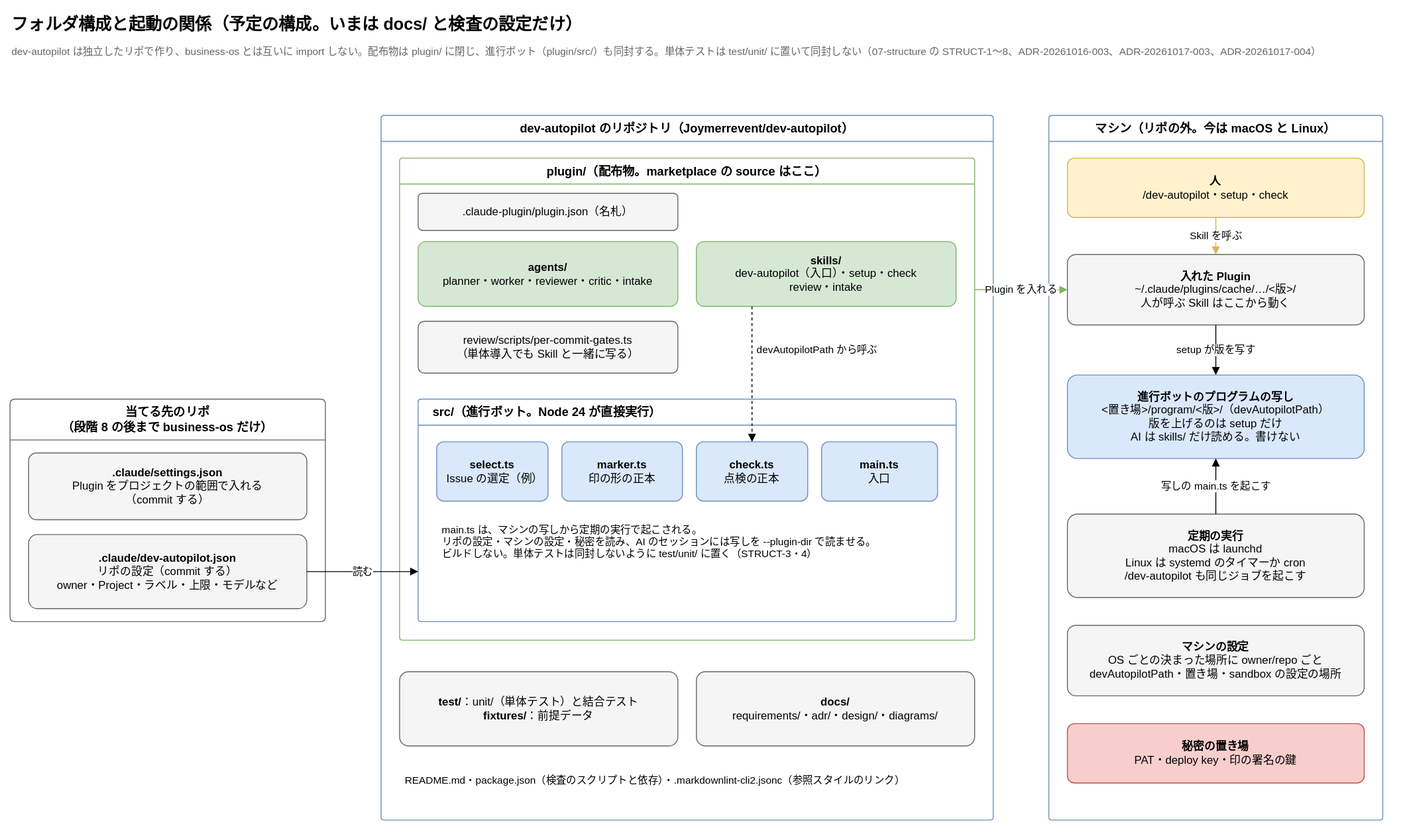
The draw.io diagram docs/diagrams/structure.drawio.svg in Joymerrevent/dev-autopilot, before a commit. Source tidied: cells renumbered, new cells last; positions are measured from the earlier drawing's top-left corner, leaving out a move shared by most shapes.
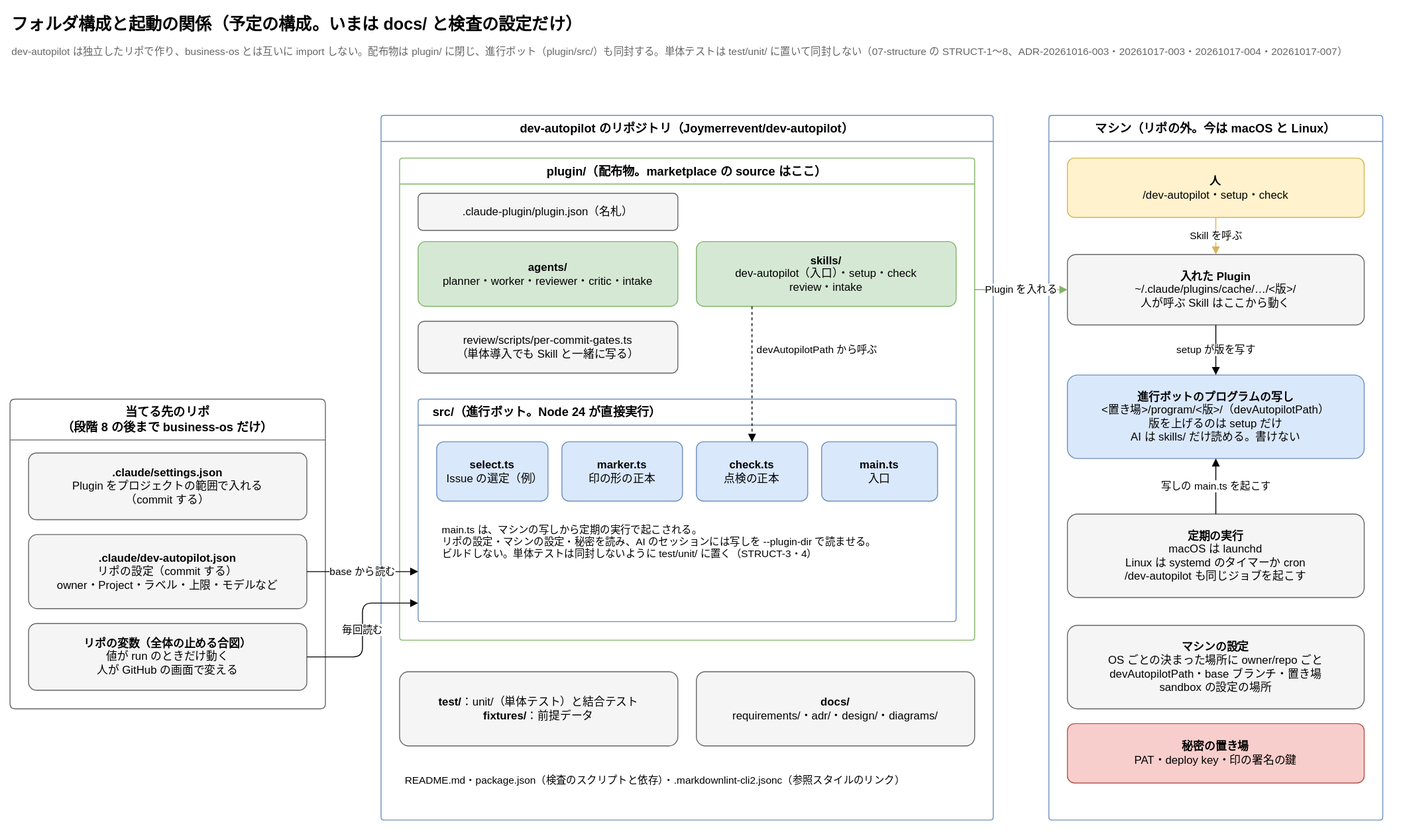
After the change.

The edit, as a diff of the source:
```diff
@@ -5,11 +5,11 @@
     <mxCell id="2" value="フォルダ構成と起動の関係（予定の構成。いまは docs/ と検査の設定だけ）" style="text;html=1;whiteSpace=wrap;align=left;verticalAlign=middle;fontSize=18;fontStyle=1;" parent="1" vertex="1">
       <mxGeometry width="1000" height="32" as="geometry" />
     </mxCell>
-    <mxCell id="3" value="dev-autopilot は独立したリポで作り、business-os とは互いに import しない。配布物は plugin/ に閉じ、進行ボット（plugin/src/）も同封する。単体テストは test/unit/ に置いて同封しない（07-structure の STRUCT-1〜8、ADR-20261016-003、ADR-20261017-003、ADR-20261017-004）" style="text;html=1;whiteSpace=wrap;align=left;verticalAlign=top;fontSize=11;fontColor=#666666;" parent="1" vertex="1">
+    <mxCell id="3" value="dev-autopilot は独立したリポで作り、business-os とは互いに import しない。配布物は plugin/ に閉じ、進行ボット（plugin/src/）も同封する。単体テストは test/unit/ に置いて同封しない（07-structure の STRUCT-1〜8、ADR-20261016-003・20261017-003・20261017-004・20261017-007）" style="text;html=1;whiteSpace=wrap;align=left;verticalAlign=top;fontSize=11;fontColor=#666666;" parent="1" vertex="1">
       <mxGeometry y="32" width="1480" height="22" as="geometry" />
     </mxCell>
     <mxCell id="4" value="当てる先のリポ&lt;br&gt;（段階 8 の後まで business-os だけ）" style="swimlane;startSize=44;html=1;whiteSpace=wrap;rounded=1;arcSize=4;fontStyle=1;fontSize=13;strokeColor=#666666;fillColor=none;swimlaneFillColor=none;" parent="1" vertex="1">
-      <mxGeometry y="420" width="340" height="240" as="geometry" />
+      <mxGeometry y="420" width="340" height="334" as="geometry" />
     </mxCell>
     <mxCell id="5" value="&lt;b&gt;.claude/settings.json&lt;/b&gt;&lt;br&gt;Plugin をプロジェクトの範囲で入れる&lt;br&gt;（commit する）" style="rounded=1;whiteSpace=wrap;html=1;fontSize=12;arcSize=12;fillColor=#f5f5f5;strokeColor=#666666;spacing=12;" parent="4" vertex="1">
       <mxGeometry x="20" y="58" width="300" height="72" as="geometry" />
@@ -17,6 +17,9 @@
     <mxCell id="6" value="&lt;b&gt;.claude/dev-autopilot.json&lt;/b&gt;&lt;br&gt;リポの設定（commit する）&lt;br&gt;owner・Project・ラベル・上限・モデルなど" style="rounded=1;whiteSpace=wrap;html=1;fontSize=12;arcSize=12;fillColor=#f5f5f5;strokeColor=#666666;spacing=12;" parent="4" vertex="1">
       <mxGeometry x="20" y="146" width="300" height="80" as="geometry" />
     </mxCell>
+    <mxCell id="35" value="&lt;b&gt;リポの変数（全体の止める合図）&lt;/b&gt;&lt;br&gt;値が run のときだけ動く&lt;br&gt;人が GitHub の画面で変える" style="rounded=1;whiteSpace=wrap;html=1;fontSize=12;arcSize=12;fillColor=#f5f5f5;strokeColor=#666666;spacing=12;" parent="4" vertex="1">
+      <mxGeometry x="20" y="242" width="300" height="72" as="geometry" />
+    </mxCell>
     <mxCell id="7" value="dev-autopilot のリポジトリ（Joymerrevent/dev-autopilot）" style="swimlane;startSize=28;html=1;whiteSpace=wrap;rounded=1;arcSize=4;fontStyle=1;fontSize=13;strokeColor=#6c8ebf;fillColor=none;swimlaneFillColor=none;" parent="1" vertex="1">
       <mxGeometry x="400" y="114" width="660" height="760" as="geometry" />
     </mxCell>
@@ -77,8 +80,8 @@
     <mxCell id="26" value="&lt;b&gt;定期の実行&lt;/b&gt;&lt;br&gt;macOS は launchd&lt;br&gt;Linux は systemd のタイマーか cron&lt;br&gt;/dev-autopilot も同じジョブを起こす" style="rounded=1;whiteSpace=wrap;html=1;fontSize=12;arcSize=12;fillColor=#f5f5f5;strokeColor=#666666;spacing=12;" parent="22" vertex="1">
       <mxGeometry x="20" y="430" width="320" height="90" as="geometry" />
     </mxCell>
-    <mxCell id="27" value="&lt;b&gt;マシンの設定&lt;/b&gt;&lt;br&gt;OS ごとの決まった場所に owner/repo ごと&lt;br&gt;devAutopilotPath・置き場・sandbox の設定の場所" style="rounded=1;whiteSpace=wrap;html=1;fontSize=12;arcSize=12;fillColor=#f5f5f5;strokeColor=#666666;spacing=12;" parent="22" vertex="1">
-      <mxGeometry x="20" y="550" width="320" height="76" as="geometry" />
+    <mxCell id="27" value="&lt;b&gt;マシンの設定&lt;/b&gt;&lt;br&gt;OS ごとの決まった場所に owner/repo ごと&lt;br&gt;devAutopilotPath・base ブランチ・置き場&lt;br&gt;sandbox の設定の場所" style="rounded=1;whiteSpace=wrap;html=1;fontSize=12;arcSize=12;fillColor=#f5f5f5;strokeColor=#666666;spacing=12;" parent="22" vertex="1">
+      <mxGeometry x="20" y="550" width="320" height="90" as="geometry" />
     </mxCell>
     <mxCell id="28" value="&lt;b&gt;秘密の置き場&lt;/b&gt;&lt;br&gt;PAT・deploy key・印の署名の鍵" style="rounded=1;whiteSpace=wrap;html=1;fontSize=12;arcSize=12;fillColor=#f8cecc;strokeColor=#b85450;spacing=12;" parent="22" vertex="1">
       <mxGeometry x="20" y="656" width="320" height="64" as="geometry" />
@@ -100,8 +103,11 @@
         <mxPoint x="70" as="offset" />
       </mxGeometry>
     </mxCell>
-    <mxCell id="34" value="読む" style="edgeStyle=orthogonalEdgeStyle;rounded=1;html=1;endArrow=block;endFill=1;fontSize=11;labelBackgroundColor=#ffffff;exitX=1;exitY=0.5;exitDx=0;exitDy=0;entryX=0;entryY=0.5;entryDx=0;entryDy=66;" parent="1" edge="1" source="6" target="13">
+    <mxCell id="34" value="base から読む" style="edgeStyle=orthogonalEdgeStyle;rounded=1;html=1;endArrow=block;endFill=1;fontSize=11;labelBackgroundColor=#ffffff;exitX=1;exitY=0.5;exitDx=0;exitDy=0;entryX=0;entryY=0.5;entryDx=0;entryDy=66;" parent="1" edge="1" source="6" target="13">
       <mxGeometry relative="1" as="geometry" />
     </mxCell>
+    <mxCell id="36" value="毎回読む" style="edgeStyle=orthogonalEdgeStyle;rounded=1;html=1;endArrow=block;endFill=1;fontSize=11;labelBackgroundColor=#ffffff;exitX=1;exitY=0.5;exitDx=0;exitDy=0;entryX=0;entryY=0.5;entryDx=0;entryDy=100;" parent="1" edge="1" source="35" target="13">
+      <mxGeometry relative="1" as="geometry" />
+    </mxCell>
   </root>
 </mxGraphModel>
```
